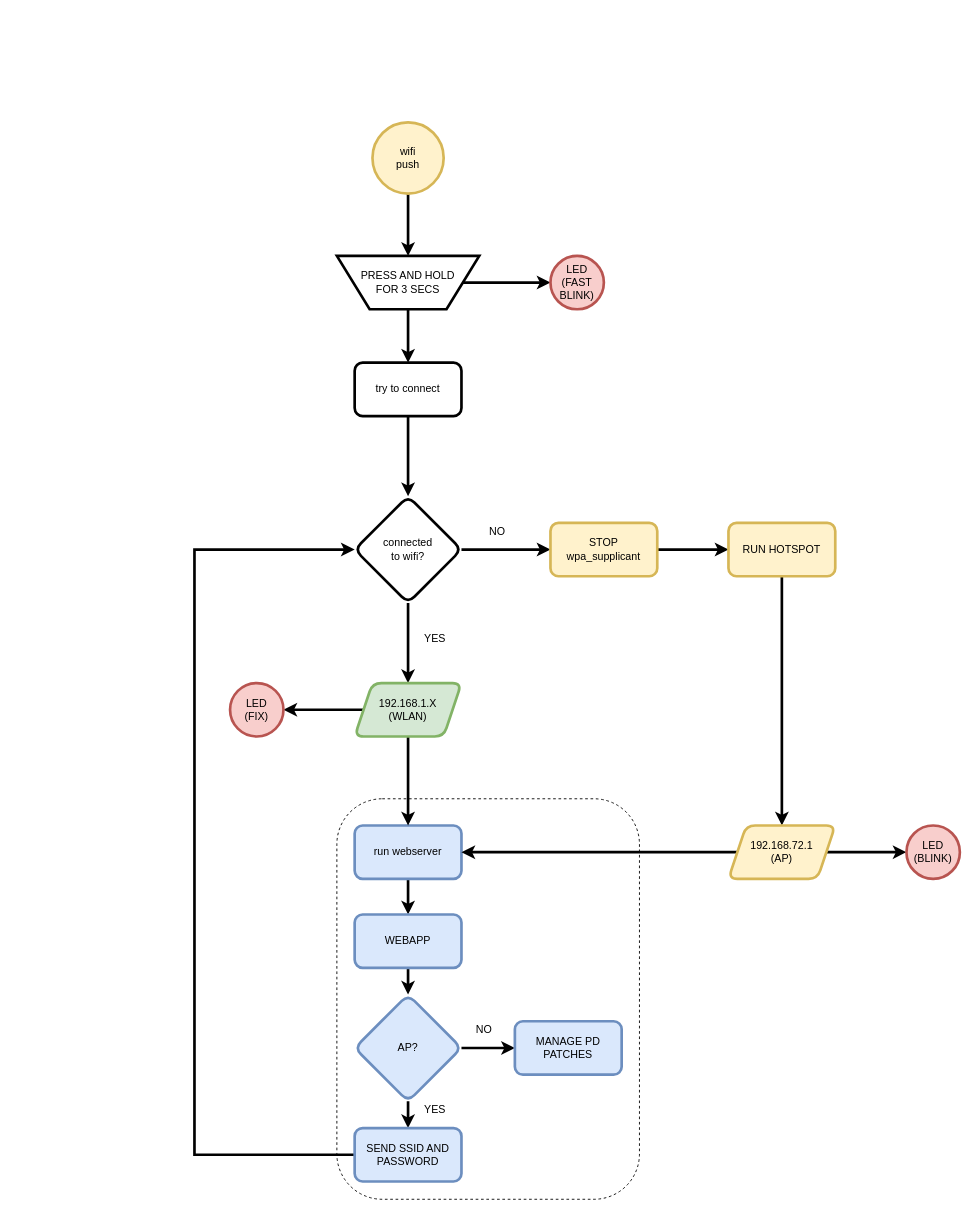
Above: network_button/schema.drawio in leminrock/hardware (draw.io), before the change. Source tidied: cells renumbered, new cells numbered last; positions are measured from the earlier drawing's top-left corner, leaving out a move shared by most shapes. Both pictures are drawn from the tidied source at 89%, with x=0, y=0 at pixel (194, 122).
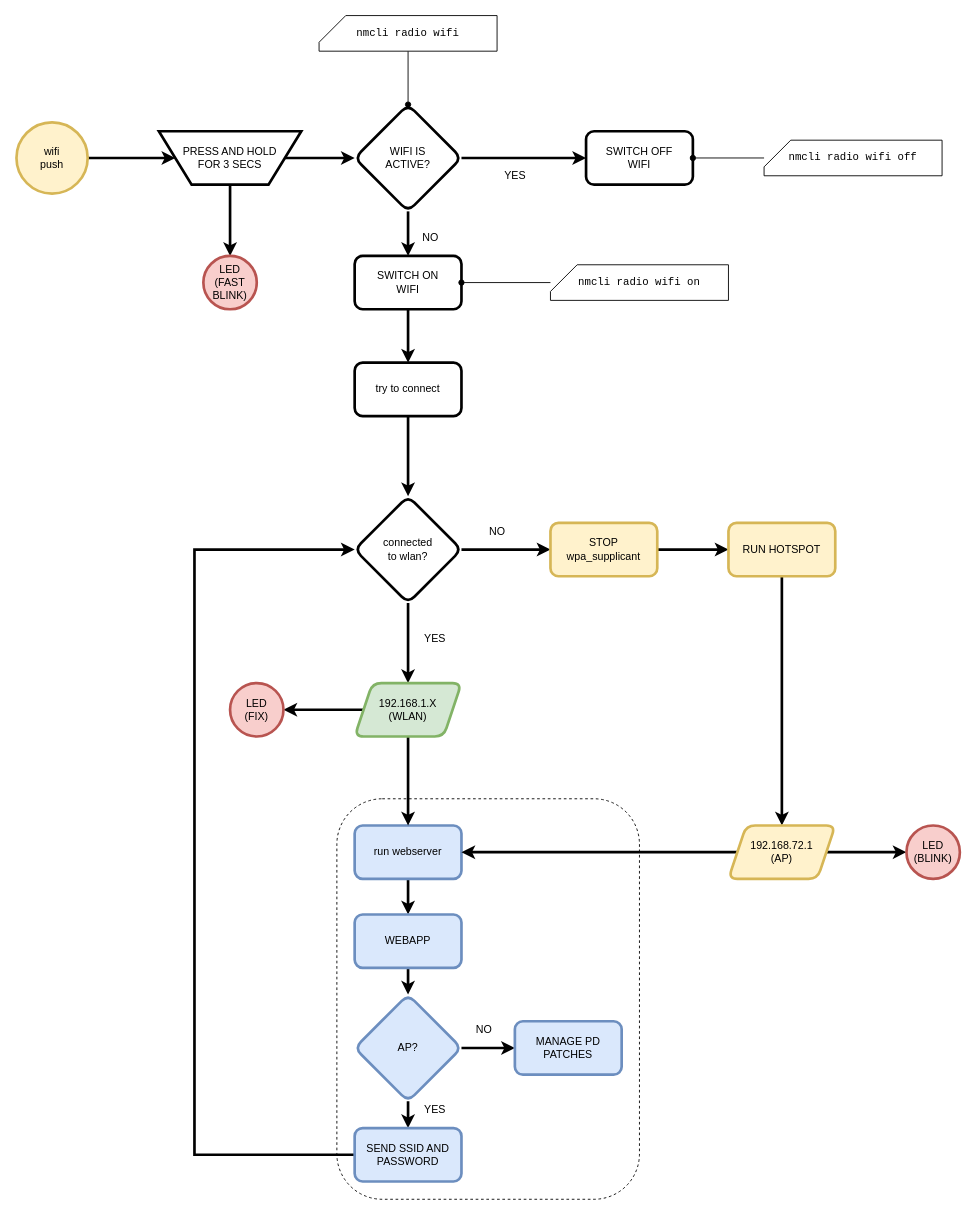
Above is the later version.

The change refers to these unchanged cells:
```xml
<mxCell id="6" value="try to connect" style="rounded=1;whiteSpace=wrap;html=1;strokeWidth=3;" parent="1" vertex="1">
  <mxGeometry x="180" y="270" width="120" height="60" as="geometry" />
</mxCell>
```

The edit, as a diff of the source:
```diff
@@
     <mxCell id="4" value="wifi&lt;br&gt;push" style="ellipse;whiteSpace=wrap;html=1;strokeWidth=3;fillColor=#fff2cc;strokeColor=#d6b656;" parent="1" vertex="1">
-      <mxGeometry x="200" width="80" height="80" as="geometry" />
+      <mxGeometry x="-200" width="80" height="80" as="geometry" />
     </mxCell>
@@
-    <mxCell id="9" value="connected &lt;br&gt;to wifi?" style="rhombus;whiteSpace=wrap;html=1;rounded=1;strokeWidth=3;" parent="1" vertex="1">
+    <mxCell id="9" value="connected &lt;br&gt;to wlan?" style="rhombus;whiteSpace=wrap;html=1;rounded=1;strokeWidth=3;" parent="1" vertex="1">
       <mxGeometry x="180" y="420" width="120" height="120" as="geometry" />
     </mxCell>
@@
-    <mxCell id="24" style="edgeStyle=orthogonalEdgeStyle;rounded=0;jettySize=auto;html=1;strokeWidth=3;" parent="1" edge="1" source="26" target="6">
-      <mxGeometry relative="1" as="geometry" />
-    </mxCell>
@@
+    <mxCell id="40" style="edgeStyle=orthogonalEdgeStyle;rounded=0;jettySize=auto;html=1;strokeWidth=3;" parent="1" edge="1" source="26" target="43">
+      <mxGeometry relative="1" as="geometry" />
+    </mxCell>
     <mxCell id="26" value="PRESS AND HOLD&lt;br&gt;FOR 3 SECS" style="verticalLabelPosition=middle;verticalAlign=middle;html=1;shape=trapezoid;perimeter=trapezoidPerimeter;whiteSpace=wrap;size=0.23;arcSize=10;flipV=1;labelPosition=center;align=center;strokeWidth=3;" parent="1" vertex="1">
-      <mxGeometry x="160" y="150" width="160" height="60" as="geometry" />
+      <mxGeometry x="-40" y="10" width="160" height="60" as="geometry" />
     </mxCell>
@@
     <mxCell id="36" value="LED&lt;br&gt;(FAST&lt;br&gt;BLINK)" style="ellipse;whiteSpace=wrap;html=1;rounded=1;strokeWidth=3;fillColor=#f8cecc;strokeColor=#b85450;" parent="1" vertex="1">
-      <mxGeometry x="400" y="150" width="60" height="60" as="geometry" />
+      <mxGeometry x="10" y="150" width="60" height="60" as="geometry" />
     </mxCell>
@@
+    <mxCell id="41" style="edgeStyle=orthogonalEdgeStyle;rounded=0;jettySize=auto;html=1;strokeWidth=3;" parent="1" edge="1" source="43" target="45">
+      <mxGeometry relative="1" as="geometry" />
+    </mxCell>
+    <mxCell id="42" style="edgeStyle=orthogonalEdgeStyle;rounded=0;jettySize=auto;html=1;endArrow=classic;endFill=1;strokeWidth=3;" parent="1" edge="1" source="43" target="50">
+      <mxGeometry relative="1" as="geometry" />
+    </mxCell>
+    <mxCell id="43" value="WIFI IS&lt;br&gt;ACTIVE?" style="rhombus;whiteSpace=wrap;html=1;rounded=1;strokeWidth=3;" parent="1" vertex="1">
+      <mxGeometry x="180" y="-20" width="120" height="120" as="geometry" />
+    </mxCell>
+    <mxCell id="44" value="NO" style="text;html=1;align=center;verticalAlign=middle;strokeColor=none;fillColor=none;" parent="1" vertex="1">
+      <mxGeometry x="250" y="120" width="30" height="20" as="geometry" />
+    </mxCell>
+    <mxCell id="45" value="SWITCH OFF&lt;br&gt;WIFI" style="whiteSpace=wrap;html=1;rounded=1;strokeWidth=3;" parent="1" vertex="1">
+      <mxGeometry x="440" y="10" width="120" height="60" as="geometry" />
+    </mxCell>
+    <mxCell id="46" value="YES" style="text;html=1;align=center;verticalAlign=middle;strokeColor=none;fillColor=none;" parent="1" vertex="1">
+      <mxGeometry x="340" y="50" width="40" height="20" as="geometry" />
+    </mxCell>
+    <mxCell id="47" style="edgeStyle=orthogonalEdgeStyle;rounded=0;jettySize=auto;html=1;strokeWidth=1;endArrow=oval;endFill=1;" parent="1" edge="1" source="48" target="45">
+      <mxGeometry relative="1" as="geometry" />
+    </mxCell>
+    <mxCell id="48" value="&lt;pre&gt;&lt;code&gt;nmcli radio &lt;/code&gt;wifi off&lt;/pre&gt;" style="shape=card;whiteSpace=wrap;html=1;" parent="1" vertex="1">
+      <mxGeometry x="640" y="20" width="200" height="40" as="geometry" />
+    </mxCell>
+    <mxCell id="49" style="edgeStyle=orthogonalEdgeStyle;rounded=0;jettySize=auto;html=1;endArrow=classic;endFill=1;strokeWidth=3;" parent="1" edge="1" source="50" target="6">
+      <mxGeometry relative="1" as="geometry" />
+    </mxCell>
+    <mxCell id="50" value="SWITCH ON&lt;br&gt;WIFI" style="whiteSpace=wrap;html=1;rounded=1;strokeWidth=3;" parent="1" vertex="1">
+      <mxGeometry x="180" y="150" width="120" height="60" as="geometry" />
+    </mxCell>
+    <mxCell id="51" style="edgeStyle=orthogonalEdgeStyle;rounded=0;jettySize=auto;html=1;endArrow=oval;endFill=1;strokeWidth=1;" parent="1" edge="1" source="52" target="50">
+      <mxGeometry relative="1" as="geometry" />
+    </mxCell>
+    <mxCell id="52" value="&lt;pre&gt;&lt;code&gt;nmcli radio &lt;/code&gt;wifi on&lt;/pre&gt;" style="shape=card;whiteSpace=wrap;html=1;" parent="1" vertex="1">
+      <mxGeometry x="400" y="160" width="200" height="40" as="geometry" />
+    </mxCell>
+    <mxCell id="53" style="edgeStyle=orthogonalEdgeStyle;rounded=0;jettySize=auto;html=1;endArrow=oval;endFill=1;strokeWidth=1;" parent="1" edge="1" source="54" target="43">
+      <mxGeometry relative="1" as="geometry" />
+    </mxCell>
+    <mxCell id="54" value="&lt;pre&gt;&lt;span style=&quot;background-color: rgb(255 , 255 , 255)&quot;&gt;nmcli radio wifi&lt;/span&gt;&lt;br&gt;&lt;/pre&gt;" style="shape=card;whiteSpace=wrap;html=1;" parent="1" vertex="1">
+      <mxGeometry x="140" y="-120" width="200" height="40" as="geometry" />
+    </mxCell>
```
